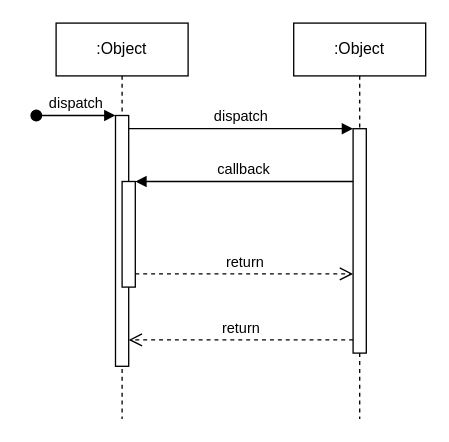
This is Untitled Diagram.drawio from conanfanli/dadbod, a draw.io file, before an edit. Source tidied: cells renumbered, new cells numbered last; positions are measured from the earlier drawing's top-left corner, leaving out a move shared by most shapes. Both pictures are drawn from the tidied source at 132%, with x=0, y=0 at pixel (36, 22).
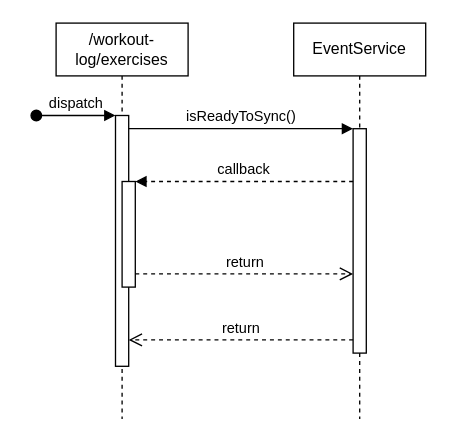
The same page after the edit.

Diff of the diagram source:
```diff
@@
 <mxGraphModel>
   <root>
     <mxCell id="0" />
     <mxCell id="1" parent="0" />
-    <mxCell id="2" value=":Object" style="shape=umlLifeline;perimeter=lifelinePerimeter;whiteSpace=wrap;html=1;newEdgeStyle={&quot;edgeStyle&quot;:&quot;elbowEdgeStyle&quot;,&quot;elbow&quot;:&quot;vertical&quot;,&quot;curved&quot;:0,&quot;rounded&quot;:0};" parent="1" vertex="1">
+    <mxCell id="2" value="/workout-log/exercises" style="shape=umlLifeline;perimeter=lifelinePerimeter;whiteSpace=wrap;html=1;newEdgeStyle={&quot;edgeStyle&quot;:&quot;elbowEdgeStyle&quot;,&quot;elbow&quot;:&quot;vertical&quot;,&quot;curved&quot;:0,&quot;rounded&quot;:0};" parent="1" vertex="1">
       <mxGeometry x="15" width="100" height="300" as="geometry" />
     </mxCell>
     <mxCell id="3" style="html=1;points=[];perimeter=orthogonalPerimeter;outlineConnect=0;targetShapes=umlLifeline;portConstraint=eastwest;newEdgeStyle={&quot;edgeStyle&quot;:&quot;elbowEdgeStyle&quot;,&quot;elbow&quot;:&quot;vertical&quot;,&quot;curved&quot;:0,&quot;rounded&quot;:0};" parent="2" vertex="1">
       <mxGeometry x="45" y="70" width="10" height="190" as="geometry" />
     </mxCell>
     <mxCell id="4" value="dispatch" style="html=1;verticalAlign=bottom;startArrow=oval;endArrow=block;startSize=8;edgeStyle=elbowEdgeStyle;elbow=vertical;curved=0;rounded=0;" parent="2" edge="1" target="3">
       <mxGeometry relative="1" as="geometry">
         <mxPoint x="-15" y="70" as="sourcePoint" />
       </mxGeometry>
     </mxCell>
     <mxCell id="5" style="html=1;points=[];perimeter=orthogonalPerimeter;outlineConnect=0;targetShapes=umlLifeline;portConstraint=eastwest;newEdgeStyle={&quot;edgeStyle&quot;:&quot;elbowEdgeStyle&quot;,&quot;elbow&quot;:&quot;vertical&quot;,&quot;curved&quot;:0,&quot;rounded&quot;:0};" parent="2" vertex="1">
       <mxGeometry x="50" y="120" width="10" height="80" as="geometry" />
     </mxCell>
-    <mxCell id="6" value=":Object" style="shape=umlLifeline;perimeter=lifelinePerimeter;whiteSpace=wrap;html=1;newEdgeStyle={&quot;edgeStyle&quot;:&quot;elbowEdgeStyle&quot;,&quot;elbow&quot;:&quot;vertical&quot;,&quot;curved&quot;:0,&quot;rounded&quot;:0};" parent="1" vertex="1">
+    <mxCell id="6" value="EventService" style="shape=umlLifeline;perimeter=lifelinePerimeter;whiteSpace=wrap;html=1;newEdgeStyle={&quot;edgeStyle&quot;:&quot;elbowEdgeStyle&quot;,&quot;elbow&quot;:&quot;vertical&quot;,&quot;curved&quot;:0,&quot;rounded&quot;:0};" parent="1" vertex="1">
       <mxGeometry x="195" width="100" height="300" as="geometry" />
     </mxCell>
     <mxCell id="7" style="html=1;points=[];perimeter=orthogonalPerimeter;outlineConnect=0;targetShapes=umlLifeline;portConstraint=eastwest;newEdgeStyle={&quot;edgeStyle&quot;:&quot;elbowEdgeStyle&quot;,&quot;elbow&quot;:&quot;vertical&quot;,&quot;curved&quot;:0,&quot;rounded&quot;:0};" parent="6" vertex="1">
       <mxGeometry x="45" y="80" width="10" height="170" as="geometry" />
     </mxCell>
-    <mxCell id="8" value="dispatch" style="html=1;verticalAlign=bottom;endArrow=block;edgeStyle=elbowEdgeStyle;elbow=vertical;curved=0;rounded=0;" parent="1" edge="1" source="3" target="7">
+    <mxCell id="8" value="isReadyToSync()" style="html=1;verticalAlign=bottom;endArrow=block;edgeStyle=elbowEdgeStyle;elbow=vertical;curved=0;rounded=0;" parent="1" edge="1" source="3" target="7">
       <mxGeometry relative="1" as="geometry">
         <Array as="points">
           <mxPoint x="155" y="80" />
         </Array>
       </mxGeometry>
     </mxCell>
     <mxCell id="9" value="return" style="html=1;verticalAlign=bottom;endArrow=open;dashed=1;endSize=8;edgeStyle=elbowEdgeStyle;elbow=vertical;curved=0;rounded=0;" parent="1" edge="1" source="7" target="3">
       <mxGeometry relative="1" as="geometry">
         <Array as="points">
           <mxPoint x="165" y="240" />
         </Array>
       </mxGeometry>
     </mxCell>
-    <mxCell id="10" value="callback" style="html=1;verticalAlign=bottom;endArrow=block;edgeStyle=elbowEdgeStyle;elbow=vertical;curved=0;rounded=0;" parent="1" edge="1" source="7" target="5">
+    <mxCell id="10" value="callback" style="html=1;verticalAlign=bottom;endArrow=block;edgeStyle=elbowEdgeStyle;elbow=vertical;curved=0;rounded=0;strokeColor=default;dashed=1;" parent="1" edge="1" source="7" target="5">
       <mxGeometry relative="1" as="geometry">
         <Array as="points">
           <mxPoint x="165" y="120" />
         </Array>
       </mxGeometry>
     </mxCell>
     <mxCell id="11" value="return" style="html=1;verticalAlign=bottom;endArrow=open;dashed=1;endSize=8;edgeStyle=elbowEdgeStyle;elbow=vertical;curved=0;rounded=0;" parent="1" edge="1" source="5" target="7">
       <mxGeometry relative="1" as="geometry">
         <Array as="points">
           <mxPoint x="155" y="190" />
         </Array>
       </mxGeometry>
     </mxCell>
   </root>
 </mxGraphModel>
```
